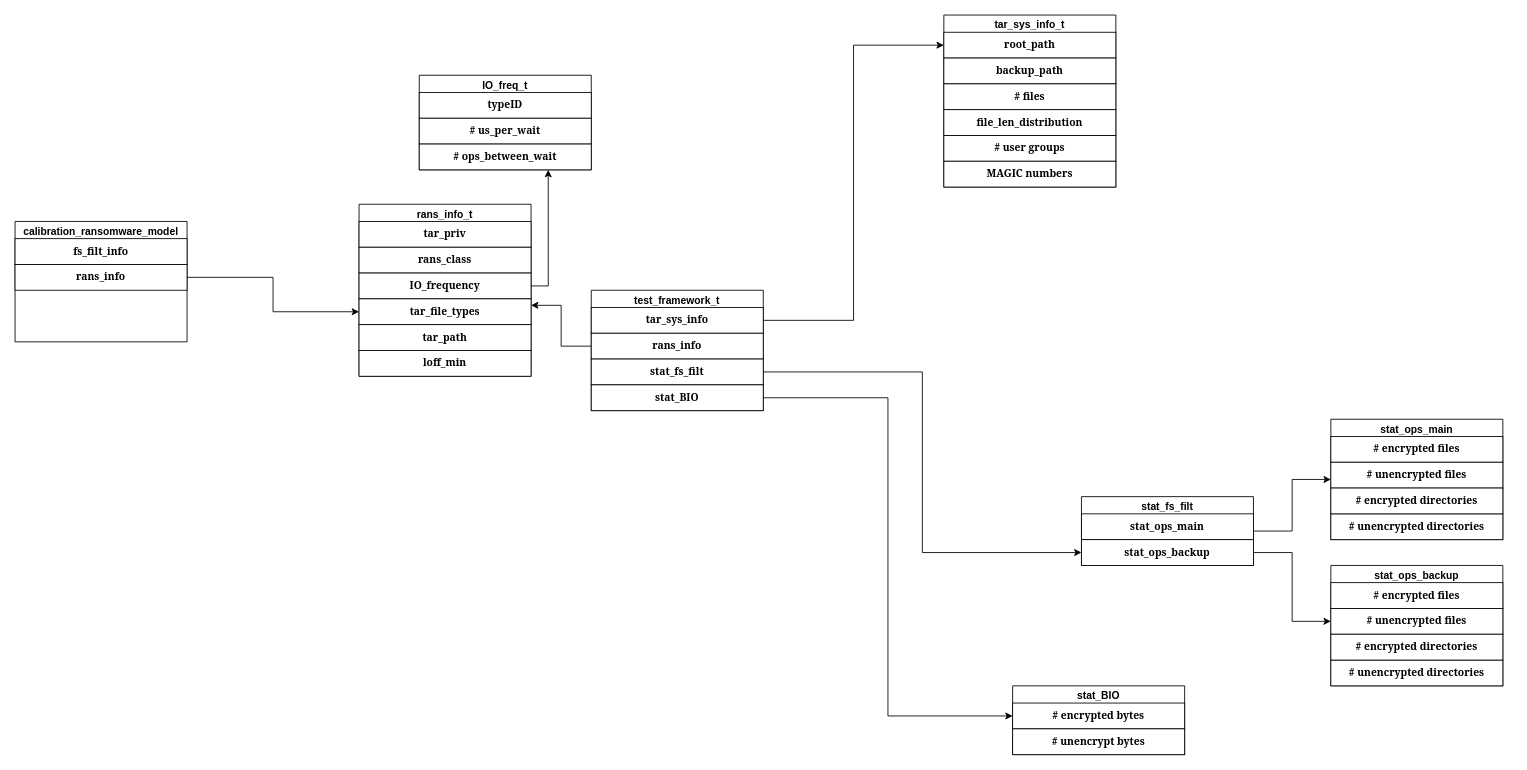
The draw.io diagram imgs/data structure.drawio in MooMooHorse/ransomware_set, before the edit. Source tidied: cells renumbered, new cells numbered last; positions are measured from the earlier drawing's top-left corner, leaving out a move shared by most shapes. Both pictures are drawn from the tidied source at 86%, with x=0, y=0 at pixel (15, 15).
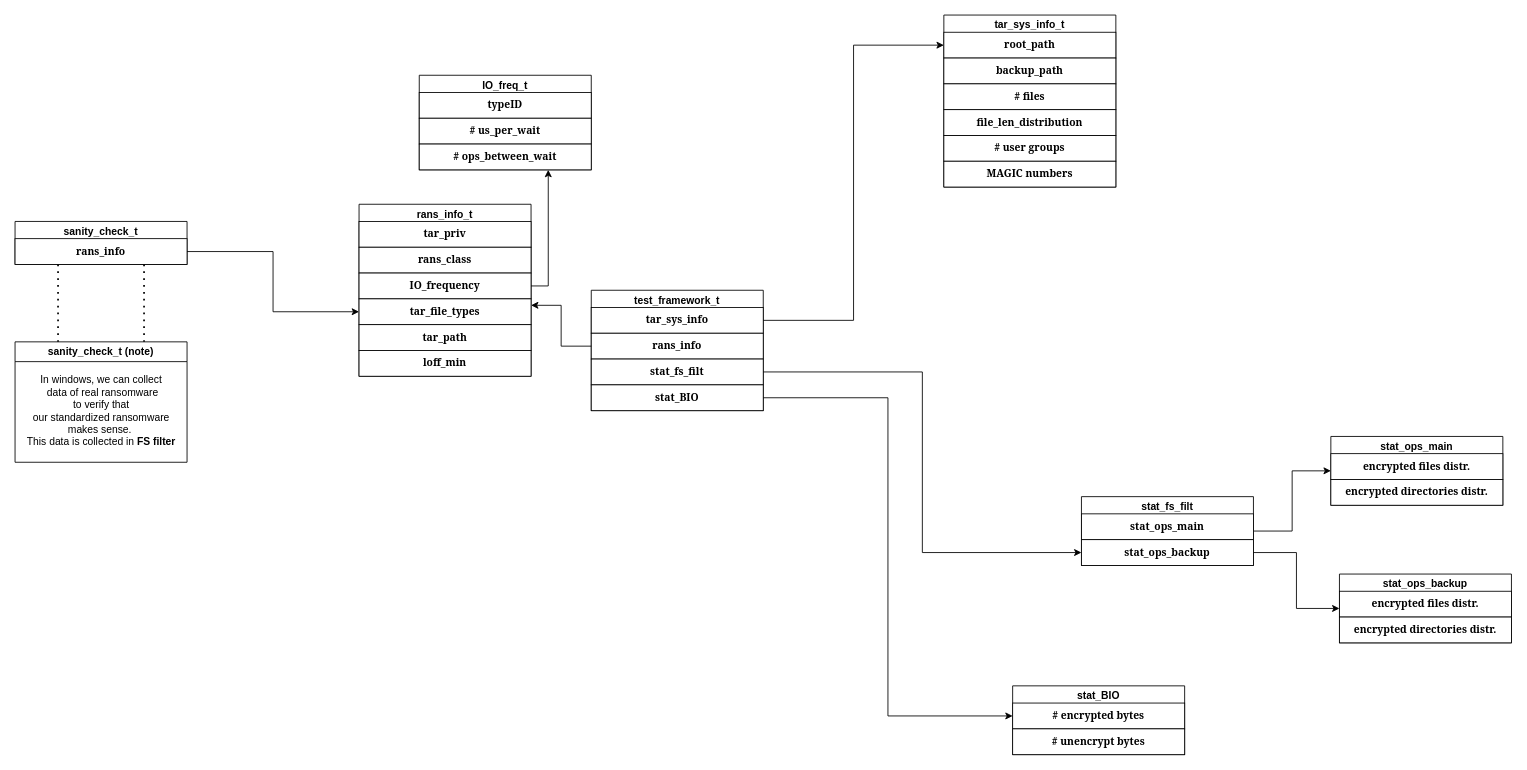
The same page after the edit.

The change refers to these unchanged cells:
```xml
<mxCell id="35" value="&lt;font face=&quot;Georgia&quot;&gt;&lt;b&gt;stat_ops_backup&lt;/b&gt;&lt;/font&gt;" style="whiteSpace=wrap;html=1;" parent="33" vertex="1">
  <mxGeometry y="50" width="200" height="30" as="geometry" />
</mxCell>
```

The edit, as a diff of the source:
```diff
@@
     <mxCell id="23" value="stat_ops_main" style="swimlane;whiteSpace=wrap;html=1;startSize=23;" parent="1" vertex="1">
-      <mxGeometry x="1530" y="470" width="200" height="140" as="geometry" />
+      <mxGeometry x="1530" y="490" width="200" height="80" as="geometry" />
     </mxCell>
-    <mxCell id="24" value="&lt;font face=&quot;Georgia&quot;&gt;&lt;b&gt;# encrypted files&lt;/b&gt;&lt;/font&gt;" style="whiteSpace=wrap;html=1;" parent="23" vertex="1">
+    <mxCell id="24" value="&lt;font face=&quot;Georgia&quot;&gt;&lt;b&gt;encrypted files distr.&lt;/b&gt;&lt;/font&gt;" style="whiteSpace=wrap;html=1;" parent="23" vertex="1">
       <mxGeometry y="20" width="200" height="30" as="geometry" />
     </mxCell>
-    <mxCell id="25" value="&lt;font face=&quot;Georgia&quot;&gt;&lt;b&gt;# unencrypted files&lt;/b&gt;&lt;/font&gt;" style="whiteSpace=wrap;html=1;" parent="23" vertex="1">
+    <mxCell id="25" value="&lt;font face=&quot;Georgia&quot;&gt;&lt;b&gt;encrypted directories distr.&lt;/b&gt;&lt;/font&gt;" style="whiteSpace=wrap;html=1;" parent="23" vertex="1">
       <mxGeometry y="50" width="200" height="30" as="geometry" />
     </mxCell>
-    <mxCell id="26" value="&lt;b style=&quot;border-color: var(--border-color); font-family: Georgia;&quot;&gt;# unencrypted directories&lt;/b&gt;" style="whiteSpace=wrap;html=1;" parent="23" vertex="1">
-      <mxGeometry y="110" width="200" height="30" as="geometry" />
-    </mxCell>
-    <mxCell id="27" value="&lt;font face=&quot;Georgia&quot;&gt;&lt;b&gt;# encrypted directories&lt;/b&gt;&lt;/font&gt;" style="whiteSpace=wrap;html=1;" parent="23" vertex="1">
-      <mxGeometry y="80" width="200" height="30" as="geometry" />
-    </mxCell>
@@
-    <mxCell id="37" style="edgeStyle=orthogonalEdgeStyle;rounded=0;jettySize=auto;html=1;exitX=1;exitY=0.5;exitDx=0;exitDy=0;entryX=0;entryY=0.5;entryDx=0;entryDy=0;" parent="1" edge="1" source="35" target="45">
+    <mxCell id="37" style="edgeStyle=orthogonalEdgeStyle;rounded=0;jettySize=auto;html=1;exitX=1;exitY=0.5;exitDx=0;exitDy=0;entryX=0;entryY=0.5;entryDx=0;entryDy=0;" parent="1" edge="1" source="35" target="43">
       <mxGeometry relative="1" as="geometry" />
     </mxCell>
@@
-    <mxCell id="43" value="stat_ops_backup" style="swimlane;whiteSpace=wrap;html=1;startSize=23;" parent="1" vertex="1">
-      <mxGeometry x="1530" y="640" width="200" height="140" as="geometry" />
-    </mxCell>
-    <mxCell id="44" value="&lt;font face=&quot;Georgia&quot;&gt;&lt;b&gt;# encrypted files&lt;/b&gt;&lt;/font&gt;" style="whiteSpace=wrap;html=1;" parent="43" vertex="1">
-      <mxGeometry y="20" width="200" height="30" as="geometry" />
-    </mxCell>
-    <mxCell id="45" value="&lt;font face=&quot;Georgia&quot;&gt;&lt;b&gt;# unencrypted files&lt;/b&gt;&lt;/font&gt;" style="whiteSpace=wrap;html=1;" parent="43" vertex="1">
-      <mxGeometry y="50" width="200" height="30" as="geometry" />
-    </mxCell>
-    <mxCell id="46" value="&lt;b style=&quot;border-color: var(--border-color); font-family: Georgia;&quot;&gt;# unencrypted directories&lt;/b&gt;" style="whiteSpace=wrap;html=1;" parent="43" vertex="1">
-      <mxGeometry y="110" width="200" height="30" as="geometry" />
-    </mxCell>
-    <mxCell id="47" value="&lt;font face=&quot;Georgia&quot;&gt;&lt;b&gt;# encrypted directories&lt;/b&gt;&lt;/font&gt;" style="whiteSpace=wrap;html=1;" parent="43" vertex="1">
-      <mxGeometry y="80" width="200" height="30" as="geometry" />
-    </mxCell>
-    <mxCell id="48" value="calibration_ransomware_model" style="swimlane;whiteSpace=wrap;html=1;" parent="1" vertex="1">
-      <mxGeometry y="240" width="200" height="140" as="geometry" />
+    <mxCell id="48" value="sanity_check_t" style="swimlane;whiteSpace=wrap;html=1;" parent="1" vertex="1">
+      <mxGeometry y="240" width="200" height="50" as="geometry" />
     </mxCell>
-    <mxCell id="49" value="&lt;font face=&quot;Georgia&quot;&gt;&lt;b&gt;fs_filt_info&lt;/b&gt;&lt;/font&gt;" style="whiteSpace=wrap;html=1;" parent="48" vertex="1">
-      <mxGeometry y="20" width="200" height="30" as="geometry" />
-    </mxCell>
     <mxCell id="50" value="&lt;font face=&quot;Georgia&quot;&gt;&lt;b&gt;rans_info&lt;/b&gt;&lt;/font&gt;" style="whiteSpace=wrap;html=1;" parent="48" vertex="1">
-      <mxGeometry y="50" width="200" height="30" as="geometry" />
+      <mxGeometry y="20" width="200" height="30" as="geometry" />
     </mxCell>
@@
+    <mxCell id="43" value="stat_ops_backup" style="swimlane;whiteSpace=wrap;html=1;startSize=23;" parent="1" vertex="1">
+      <mxGeometry x="1540" y="650" width="200" height="80" as="geometry" />
+    </mxCell>
+    <mxCell id="52" value="&lt;font face=&quot;Georgia&quot;&gt;&lt;b&gt;encrypted files distr.&lt;/b&gt;&lt;/font&gt;" style="whiteSpace=wrap;html=1;" parent="43" vertex="1">
+      <mxGeometry y="20" width="200" height="30" as="geometry" />
+    </mxCell>
+    <mxCell id="53" value="&lt;font face=&quot;Georgia&quot;&gt;&lt;b&gt;encrypted directories distr.&lt;/b&gt;&lt;/font&gt;" style="whiteSpace=wrap;html=1;" parent="43" vertex="1">
+      <mxGeometry y="50" width="200" height="30" as="geometry" />
+    </mxCell>
+    <mxCell id="54" value="sanity_check_t (note)" style="swimlane;whiteSpace=wrap;html=1;" parent="1" vertex="1">
+      <mxGeometry y="380" width="200" height="140" as="geometry" />
+    </mxCell>
+    <mxCell id="55" value="In windows, we can collect&lt;br&gt;&amp;nbsp;data of real ransomware &lt;br&gt;to verify that &lt;br&gt;our standardized ransomware &lt;br&gt;makes sense.&amp;nbsp;&lt;br&gt;This data is collected in &lt;b&gt;FS filter&lt;/b&gt;" style="text;html=1;align=center;verticalAlign=middle;strokeColor=none;fillColor=none;" parent="54" vertex="1">
+      <mxGeometry y="30" width="200" height="100" as="geometry" />
+    </mxCell>
+    <mxCell id="56" style="endArrow=none;dashed=1;html=1;dashPattern=1 3;strokeWidth=2;rounded=0;entryX=0.25;entryY=1;entryDx=0;entryDy=0;exitX=0.25;exitY=0;exitDx=0;exitDy=0;" parent="1" edge="1" source="54" target="50">
+      <mxGeometry relative="1" as="geometry" />
+    </mxCell>
+    <mxCell id="57" style="endArrow=none;dashed=1;html=1;dashPattern=1 3;strokeWidth=2;rounded=0;entryX=0.75;entryY=1;entryDx=0;entryDy=0;exitX=0.75;exitY=0;exitDx=0;exitDy=0;" parent="1" edge="1" source="54" target="48">
+      <mxGeometry relative="1" as="geometry" />
+    </mxCell>
```
